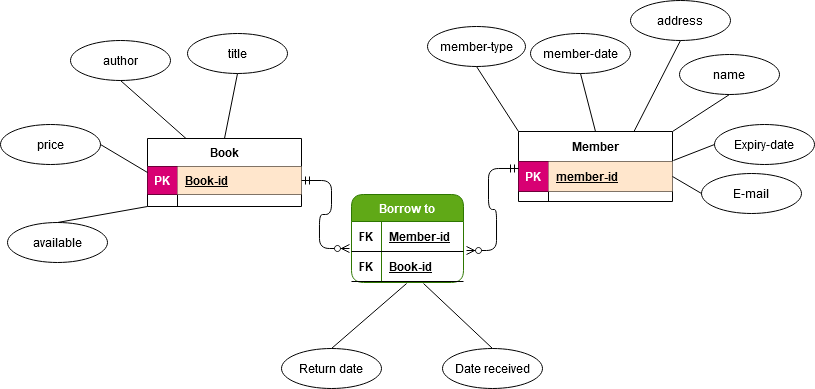
shahin-servati/card-with-Redux keeps this draw.io diagram as library ERD.png. Above is the earlier version. Source tidied: cells renumbered, new cells last; positions are measured from the earlier drawing's top-left corner, leaving out a move shared by most shapes.
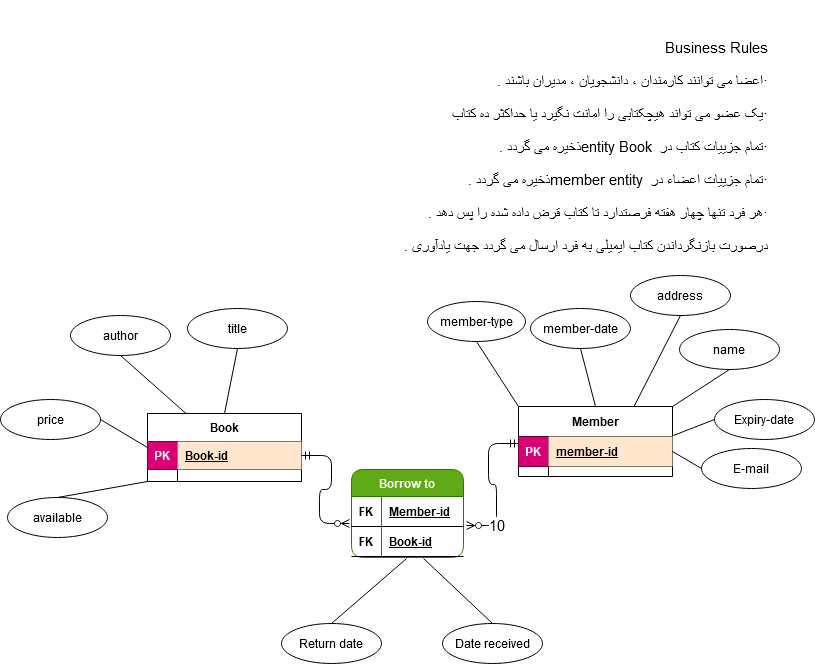
The same file after the commit.

Change to the diagram source:
```diff
@@ -122,8 +122,11 @@
     <mxCell id="41" style="edgeStyle=entityRelationEdgeStyle;fontSize=12;html=1;endArrow=ERzeroToMany;startArrow=ERmandOne;exitX=1;exitY=0.5;exitDx=0;exitDy=0;entryX=-0.018;entryY=0.9;entryDx=0;entryDy=0;entryPerimeter=0;" parent="1" edge="1" source="3" target="35">
       <mxGeometry relative="1" as="geometry" />
     </mxCell>
-    <mxCell id="42" style="edgeStyle=entityRelationEdgeStyle;fontSize=12;html=1;endArrow=ERzeroToMany;startArrow=ERmandOne;entryX=1.027;entryY=-0.033;entryDx=0;entryDy=0;entryPerimeter=0;exitX=0;exitY=0.233;exitDx=0;exitDy=0;exitPerimeter=0;" parent="1" edge="1" source="15" target="38">
-      <mxGeometry relative="1" as="geometry" />
+    <mxCell id="42" value="10" style="edgeStyle=entityRelationEdgeStyle;fontSize=15;html=1;endArrow=ERzeroToMany;startArrow=ERmandOne;entryX=1.027;entryY=-0.033;entryDx=0;entryDy=0;entryPerimeter=0;exitX=0;exitY=0.233;exitDx=0;exitDy=0;exitPerimeter=0;jumpSize=6;strokeWidth=1;" parent="1" edge="1" source="15" target="38">
+      <mxGeometry x="0.6" relative="1" as="geometry" />
     </mxCell>
+    <mxCell id="43" value="&lt;div&gt;&lt;p dir=&quot;RTL&quot;&gt;&lt;br&gt;&lt;span lang=&quot;en-AS&quot;&gt;&lt;span&gt;Business Rules &lt;br&gt;&lt;/span&gt;&lt;/span&gt;&lt;/p&gt;&lt;p dir=&quot;RTL&quot;&gt;&lt;span lang=&quot;en-AS&quot;&gt;&lt;span&gt;·&lt;/span&gt;&lt;/span&gt;&lt;span lang=&quot;FA&quot;&gt;اعضا می توانند کارمندان ، دانشجویان ، مدیران باشند . &lt;/span&gt;&lt;/p&gt;&lt;p dir=&quot;RTL&quot;&gt;&lt;span lang=&quot;en-AS&quot;&gt;&lt;span&gt;·&lt;/span&gt;&lt;/span&gt;&lt;span lang=&quot;FA&quot;&gt;یک عضو می تواند هیچکتابی را امانت نگیرد یا حداکثر ده کتاب &lt;/span&gt;&lt;/p&gt;&lt;p dir=&quot;RTL&quot;&gt;&lt;span lang=&quot;en-AS&quot;&gt;&lt;span&gt;·&lt;/span&gt;&lt;/span&gt;&lt;span lang=&quot;FA&quot;&gt;تمام جزییات کتاب در &lt;/span&gt;&lt;span dir=&quot;LTR&quot; lang=&quot;en-AS&quot;&gt;Book &lt;/span&gt;&lt;span dir=&quot;LTR&quot;&gt;entity &lt;/span&gt;&lt;span lang=&quot;FA&quot;&gt;ذخیره می گردد . &lt;/span&gt;&lt;/p&gt;&lt;p dir=&quot;RTL&quot;&gt;&lt;span lang=&quot;en-AS&quot;&gt;&lt;span&gt;·&lt;/span&gt;&lt;/span&gt;&lt;span lang=&quot;FA&quot;&gt;تمام جزییات اعضاء در &lt;/span&gt;&lt;span dir=&quot;LTR&quot; lang=&quot;en-AS&quot;&gt;member entity &lt;/span&gt;&lt;span lang=&quot;FA&quot;&gt;ذخیره می گردد .&lt;/span&gt;&lt;/p&gt;&lt;p dir=&quot;RTL&quot;&gt;&lt;span lang=&quot;en-AS&quot;&gt;&lt;span&gt;·&lt;/span&gt;&lt;/span&gt;&lt;span lang=&quot;FA&quot;&gt;هر فرد تنها چهار هفته فرصتدارد تا کتاب قرض داده شده را پس دهد .&lt;/span&gt;&lt;/p&gt;&lt;span dir=&quot;RTL&quot; lang=&quot;FA&quot;&gt;درصورت بازنگرداندن کتاب ایمیلی به فرد ارسال می گردد جهت یادآوری .&amp;nbsp;&lt;/span&gt;&lt;/div&gt;&lt;div style=&quot;font-size: 18px&quot;&gt;&lt;br&gt;&lt;/div&gt;" style="text;html=1;align=right;verticalAlign=middle;fillColor=none;strokeColor=none;rounded=0;fontSize=15;" parent="1" vertex="1">
+      <mxGeometry x="391" y="-275" width="378" height="280" as="geometry" />
+    </mxCell>
   </root>
 </mxGraphModel>
```
